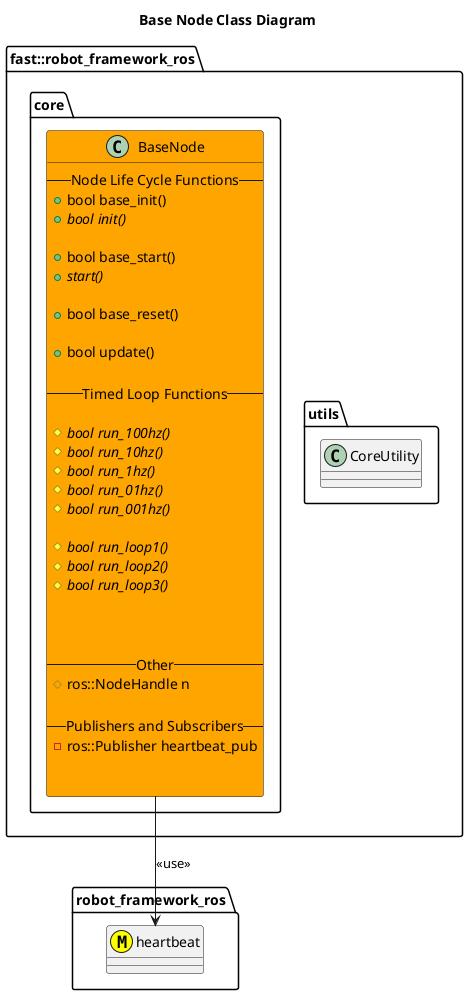
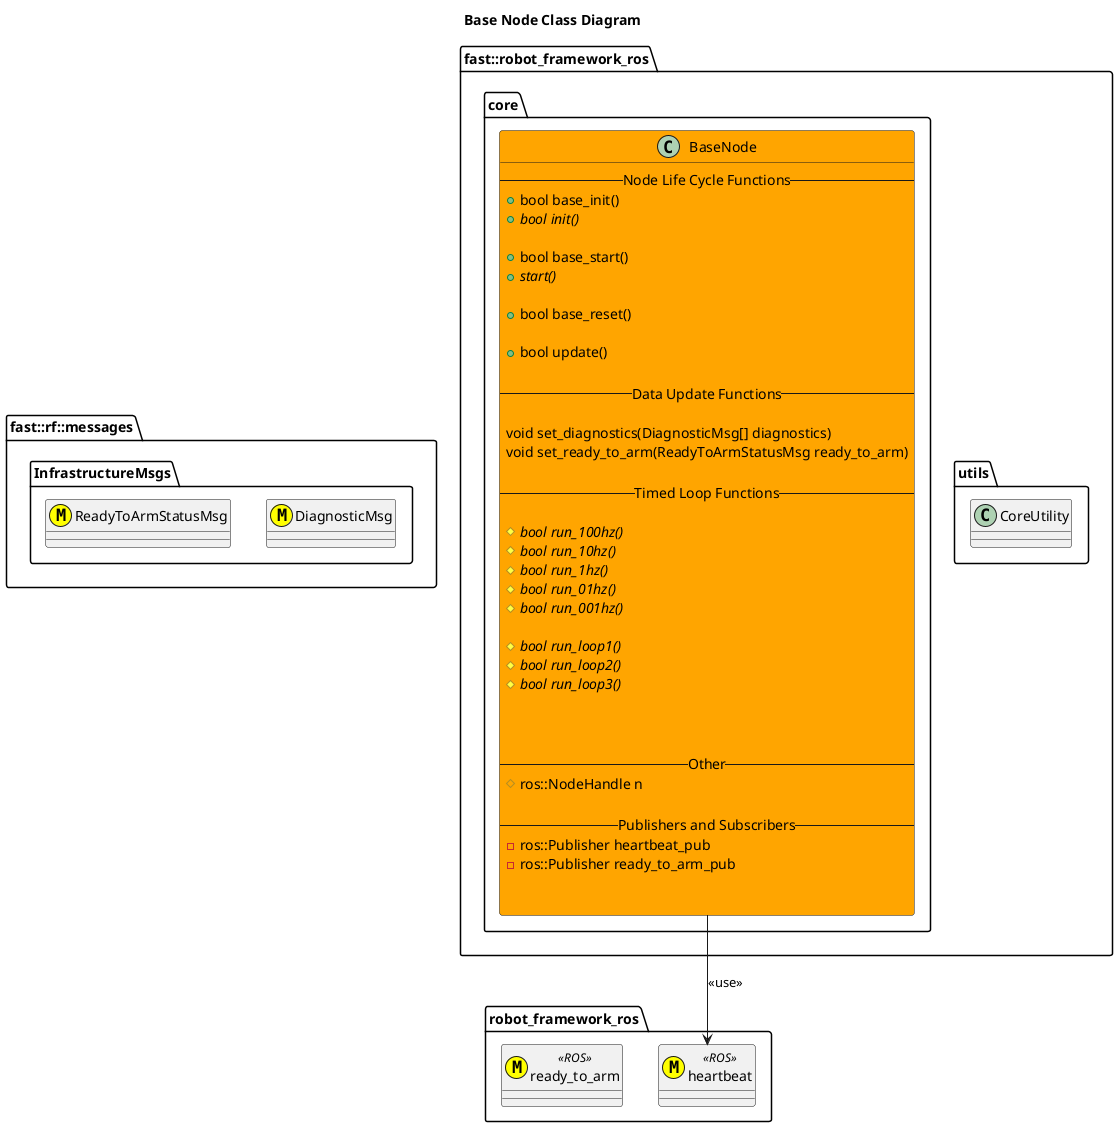
@startuml
title Base Node Class Diagram
+ namespace fast::rf::messages {
+     namespace InfrastructureMsgs {
+         class DiagnosticMsg <<(M,#FFFF00)>>
+         class ReadyToArmStatusMsg <<(M,#FFFF00)>>
+     }
+ }
namespace robot_framework_ros {
-     class heartbeat <<(M,#FFFF00)>>
+     class heartbeat <<(M,#FFFF00)>> <<ROS>>
+     class ready_to_arm <<(M,#FFFF00)>> <<ROS>>
}
namespace fast::robot_framework_ros {
    namespace utils {
        class CoreUtility
    }
    namespace core {
        class BaseNode #Orange{
            --Node Life Cycle Functions--
            +bool base_init()
            +{abstract} bool init()

            +bool base_start()
            +{abstract} start()

            +bool base_reset()

            +bool update()
+ 
+             --Data Update Functions--
+ 
+             void set_diagnostics(DiagnosticMsg[] diagnostics)
+             void set_ready_to_arm(ReadyToArmStatusMsg ready_to_arm)

            --Timed Loop Functions--

            #{abstract} bool run_100hz()
            #{abstract} bool run_10hz()
            #{abstract} bool run_1hz()
            #{abstract} bool run_01hz()
            #{abstract} bool run_001hz()

            #{abstract} bool run_loop1()
            #{abstract} bool run_loop2()
            #{abstract} bool run_loop3()



            --Other--
            #ros::NodeHandle n

            --Publishers and Subscribers--
            -ros::Publisher heartbeat_pub
+             -ros::Publisher ready_to_arm_pub


        }
        BaseNode --> heartbeat: <<use>>

    }
}
@enduml